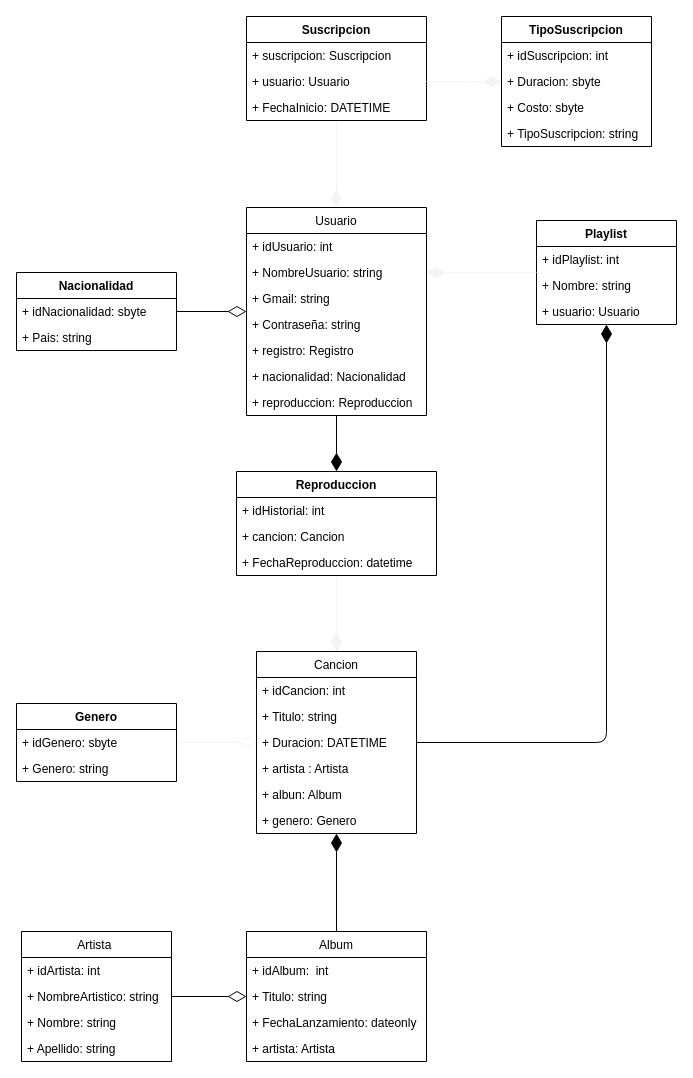
Earlier version of the draw.io diagram doc/Diagrama.drawio (JosuGuzman/BD-Spotify). Source tidied: cells renumbered, new cells numbered last; positions are measured from the earlier drawing's top-left corner, leaving out a move shared by most shapes. Both pictures are drawn from the tidied source at 100%, with x=0, y=0 at pixel (16, 16).
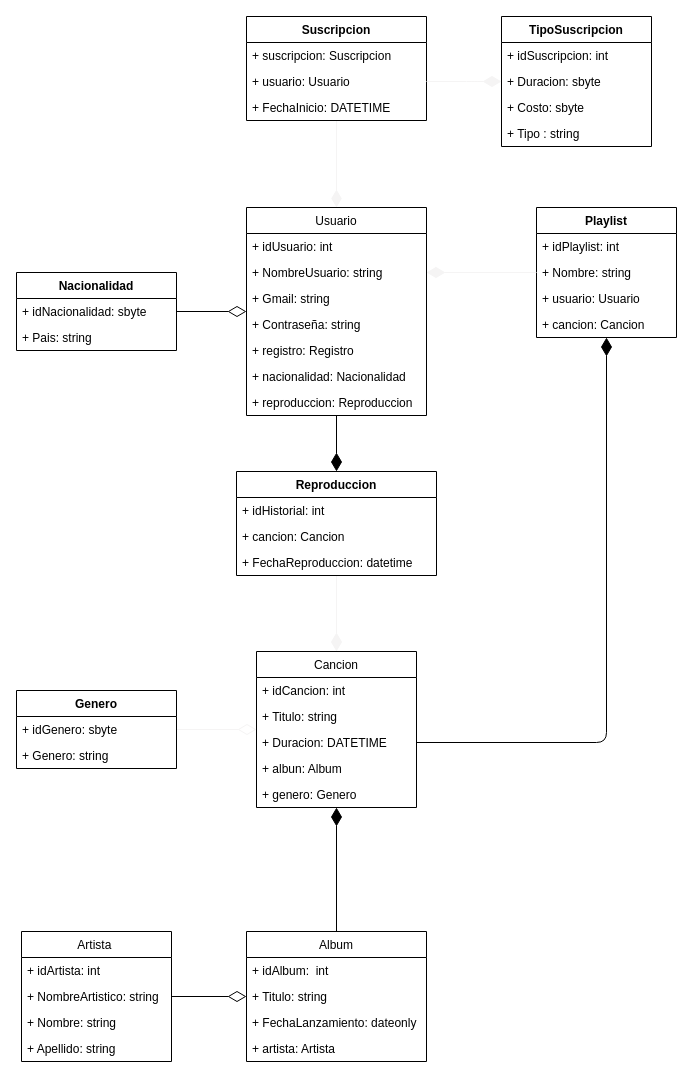
The same page after the edit.

Unchanged cells that the change refers to:
```xml
<mxCell id="50" value="TipoSuscripcion" style="swimlane;fontStyle=1;horizontal=1;startSize=26;fillColor=none;" parent="1" vertex="1">
  <mxGeometry x="485" width="150" height="130" as="geometry" />
</mxCell>
```

Diff of the diagram source:
```diff
@@
     <mxCell id="3" value="Genero" style="swimlane;fontStyle=1;horizontal=1;startSize=26;fillColor=none;" parent="1" vertex="1">
-      <mxGeometry y="687" width="160" height="78" as="geometry" />
+      <mxGeometry y="674" width="160" height="78" as="geometry" />
     </mxCell>
@@
     <mxCell id="22" value="Cancion" style="swimlane;fontStyle=0;horizontal=1;startSize=26;fillColor=none;" parent="1" vertex="1">
-      <mxGeometry x="240" y="635" width="160" height="182" as="geometry" />
+      <mxGeometry x="240" y="635" width="160" height="156" as="geometry" />
     </mxCell>
@@
-    <mxCell id="26" value="+ artista : Artista" style="text;strokeColor=none;fillColor=none;align=left;verticalAlign=middle;spacingLeft=4;spacingRight=4;overflow=hidden;" parent="22" vertex="1">
-      <mxGeometry y="104" width="160" height="26" as="geometry" />
-    </mxCell>
     <mxCell id="27" value="+ albun: Album" style="text;strokeColor=none;fillColor=none;align=left;verticalAlign=middle;spacingLeft=4;spacingRight=4;overflow=hidden;" parent="22" vertex="1">
-      <mxGeometry y="130" width="160" height="26" as="geometry" />
+      <mxGeometry y="104" width="160" height="26" as="geometry" />
     </mxCell>
     <mxCell id="28" value="+ genero: Genero" style="text;strokeColor=none;fillColor=none;align=left;verticalAlign=middle;spacingLeft=4;spacingRight=4;overflow=hidden;" parent="22" vertex="1">
-      <mxGeometry y="156" width="160" height="26" as="geometry" />
+      <mxGeometry y="130" width="160" height="26" as="geometry" />
     </mxCell>
@@
     <mxCell id="41" value="Playlist" style="swimlane;fontStyle=1;horizontal=1;startSize=26;fillColor=none;" parent="1" vertex="1">
-      <mxGeometry x="520" y="204" width="140" height="104" as="geometry" />
+      <mxGeometry x="520" y="191" width="140" height="130" as="geometry" />
     </mxCell>
@@
+    <mxCell id="60" value="+ cancion: Cancion" style="text;strokeColor=none;fillColor=none;align=left;verticalAlign=top;spacingLeft=4;spacingRight=4;overflow=hidden;" parent="41" vertex="1">
+      <mxGeometry y="104" width="140" height="26" as="geometry" />
+    </mxCell>
@@
-    <mxCell id="54" value="+ TipoSuscripcion: string" style="text;strokeColor=none;fillColor=none;align=left;verticalAlign=top;spacingLeft=4;spacingRight=4;overflow=hidden;" parent="50" vertex="1">
+    <mxCell id="54" value="+ Tipo : string" style="text;strokeColor=none;fillColor=none;align=left;verticalAlign=top;spacingLeft=4;spacingRight=4;overflow=hidden;" parent="50" vertex="1">
       <mxGeometry y="104" width="150" height="26" as="geometry" />
     </mxCell>
```
